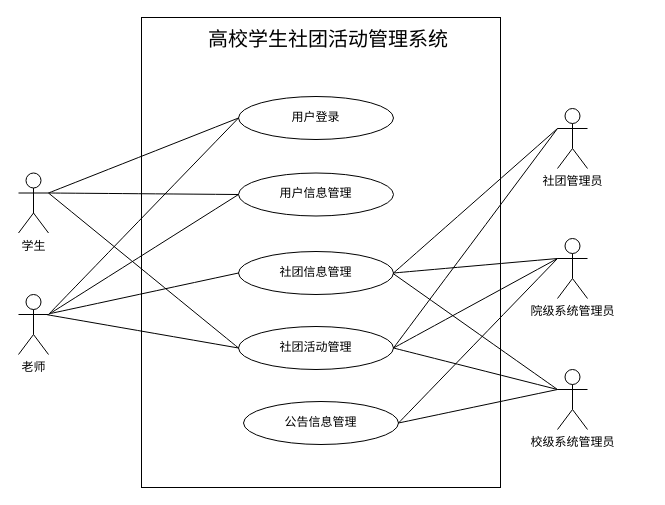
Above: page "第 1 页" (1 of 2) of 系统总体用例图.drawio in Gonod20s/Voice-Controlled-Robot (draw.io), before the change. Source tidied: cells renumbered, new cells numbered last; positions are measured from the earlier drawing's top-left corner, leaving out a move shared by most shapes. Both pictures are drawn from the tidied source at 100%, with x=0, y=0 at pixel (18, 17).
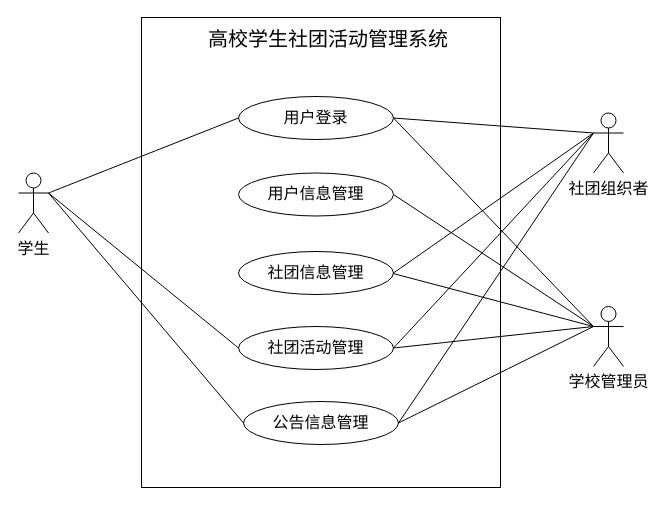
The same page after the edit.

Commit message:
更新系统总体用例图.drawio

Diff of the diagram source:
```diff
@@
-    <mxCell id="2" value="老师" style="shape=umlActor;html=1;verticalLabelPosition=bottom;verticalAlign=top;align=center;fontFamily=Architects Daughter;" parent="1" vertex="1">
-      <mxGeometry y="277" width="30" height="60" as="geometry" />
-    </mxCell>
-    <mxCell id="3" value="社团管理员" style="shape=umlActor;html=1;verticalLabelPosition=bottom;verticalAlign=top;align=center;fontFamily=Architects Daughter;" parent="1" vertex="1">
-      <mxGeometry x="539" y="91" width="30" height="60" as="geometry" />
+    <mxCell id="3" value="&lt;font style=&quot;font-size: 16px;&quot;&gt;社团组织者&lt;/font&gt;" style="shape=umlActor;html=1;verticalLabelPosition=bottom;verticalAlign=top;align=center;fontFamily=Architects Daughter;" parent="1" vertex="1">
+      <mxGeometry x="575" y="95.5" width="30" height="60" as="geometry" />
     </mxCell>
-    <mxCell id="4" value="院级系统管理员" style="shape=umlActor;html=1;verticalLabelPosition=bottom;verticalAlign=top;align=center;fontFamily=Architects Daughter;" parent="1" vertex="1">
-      <mxGeometry x="539" y="221" width="30" height="60" as="geometry" />
-    </mxCell>
-    <mxCell id="5" value="校级系统管理员" style="shape=umlActor;html=1;verticalLabelPosition=bottom;verticalAlign=top;align=center;fontFamily=Architects Daughter;" parent="1" vertex="1">
-      <mxGeometry x="539" y="352" width="30" height="60" as="geometry" />
+    <mxCell id="5" value="&lt;font style=&quot;font-size: 16px;&quot;&gt;学校管理员&lt;/font&gt;" style="shape=umlActor;html=1;verticalLabelPosition=bottom;verticalAlign=top;align=center;fontFamily=Architects Daughter;" parent="1" vertex="1">
+      <mxGeometry x="575" y="289" width="30" height="60" as="geometry" />
     </mxCell>
@@
-    <mxCell id="8" value="用户登录" style="ellipse;whiteSpace=wrap;html=1;fontFamily=Architects Daughter;" parent="1" vertex="1">
+    <mxCell id="8" value="&lt;font style=&quot;font-size: 16px;&quot;&gt;用户登录&lt;/font&gt;" style="ellipse;whiteSpace=wrap;html=1;fontFamily=Architects Daughter;" parent="1" vertex="1">
       <mxGeometry x="220" y="79" width="155" height="43" as="geometry" />
     </mxCell>
-    <mxCell id="9" value="用户信息管理" style="ellipse;whiteSpace=wrap;html=1;fontFamily=Architects Daughter;" parent="1" vertex="1">
+    <mxCell id="9" value="&lt;font style=&quot;font-size: 16px;&quot;&gt;用户信息管理&lt;/font&gt;" style="ellipse;whiteSpace=wrap;html=1;fontFamily=Architects Daughter;" parent="1" vertex="1">
       <mxGeometry x="220" y="155.5" width="155" height="43" as="geometry" />
     </mxCell>
-    <mxCell id="10" value="社团信息管理" style="ellipse;whiteSpace=wrap;html=1;fontFamily=Architects Daughter;" parent="1" vertex="1">
+    <mxCell id="10" value="&lt;font style=&quot;font-size: 16px;&quot;&gt;社团信息管理&lt;/font&gt;" style="ellipse;whiteSpace=wrap;html=1;fontFamily=Architects Daughter;" parent="1" vertex="1">
       <mxGeometry x="220" y="234" width="155" height="43" as="geometry" />
     </mxCell>
-    <mxCell id="11" value="社团活动管理" style="ellipse;whiteSpace=wrap;html=1;fontFamily=Architects Daughter;" parent="1" vertex="1">
+    <mxCell id="11" value="&lt;font style=&quot;font-size: 16px;&quot;&gt;社团活动管理&lt;/font&gt;" style="ellipse;whiteSpace=wrap;html=1;fontFamily=Architects Daughter;" parent="1" vertex="1">
       <mxGeometry x="220" y="309" width="155" height="43" as="geometry" />
     </mxCell>
-    <mxCell id="12" value="公告信息管理" style="ellipse;whiteSpace=wrap;html=1;fontFamily=Architects Daughter;" parent="1" vertex="1">
+    <mxCell id="12" value="&lt;font style=&quot;font-size: 16px;&quot;&gt;公告信息管理&lt;/font&gt;" style="ellipse;whiteSpace=wrap;html=1;fontFamily=Architects Daughter;" parent="1" vertex="1">
       <mxGeometry x="225" y="384" width="155" height="43" as="geometry" />
     </mxCell>
-    <mxCell id="13" value="学生" style="shape=umlActor;html=1;verticalLabelPosition=bottom;verticalAlign=top;align=center;fontFamily=Architects Daughter;" parent="1" vertex="1">
+    <mxCell id="13" value="&lt;font style=&quot;font-size: 16px;&quot;&gt;学生&lt;/font&gt;" style="shape=umlActor;html=1;verticalLabelPosition=bottom;verticalAlign=top;align=center;fontFamily=Architects Daughter;" parent="1" vertex="1">
       <mxGeometry y="155.5" width="30" height="60" as="geometry" />
     </mxCell>
-    <mxCell id="14" style="endArrow=none;html=1;rounded=0;fontFamily=Architects Daughter;fontSize=16;startSize=14;endSize=14;sourcePerimeterSpacing=8;targetPerimeterSpacing=8;curved=1;entryX=0;entryY=0.5;entryDx=0;entryDy=0;exitX=1;exitY=0.3333333333333333;exitDx=0;exitDy=0;exitPerimeter=0;" parent="1" edge="1" source="2" target="8">
-      <mxGeometry relative="1" as="geometry" />
-    </mxCell>
@@
-    <mxCell id="16" style="endArrow=none;html=1;rounded=0;fontFamily=Architects Daughter;fontSize=16;startSize=14;endSize=14;sourcePerimeterSpacing=8;targetPerimeterSpacing=8;curved=1;entryX=0;entryY=0.5;entryDx=0;entryDy=0;exitX=1;exitY=0.3333333333333333;exitDx=0;exitDy=0;exitPerimeter=0;" parent="1" edge="1" source="2" target="9">
-      <mxGeometry relative="1" as="geometry" />
-    </mxCell>
-    <mxCell id="17" style="endArrow=none;html=1;rounded=0;fontFamily=Architects Daughter;fontSize=16;startSize=14;endSize=14;sourcePerimeterSpacing=8;targetPerimeterSpacing=8;curved=1;entryX=0;entryY=0.5;entryDx=0;entryDy=0;exitX=1;exitY=0.3333333333333333;exitDx=0;exitDy=0;exitPerimeter=0;" parent="1" edge="1" source="13" target="9">
-      <mxGeometry relative="1" as="geometry" />
-    </mxCell>
@@
-    <mxCell id="20" style="endArrow=none;html=1;rounded=0;fontFamily=Architects Daughter;fontSize=16;startSize=14;endSize=14;sourcePerimeterSpacing=8;targetPerimeterSpacing=8;curved=1;exitX=1;exitY=0.5;exitDx=0;exitDy=0;entryX=0;entryY=0.3333333333333333;entryDx=0;entryDy=0;entryPerimeter=0;" parent="1" edge="1" source="10" target="4">
-      <mxGeometry relative="1" as="geometry" />
-    </mxCell>
-    <mxCell id="21" style="endArrow=none;html=1;rounded=0;fontFamily=Architects Daughter;fontSize=16;startSize=14;endSize=14;sourcePerimeterSpacing=8;targetPerimeterSpacing=8;curved=1;entryX=0;entryY=0.3333333333333333;entryDx=0;entryDy=0;entryPerimeter=0;exitX=1;exitY=0.5;exitDx=0;exitDy=0;" parent="1" edge="1" source="11" target="4">
-      <mxGeometry relative="1" as="geometry" />
-    </mxCell>
@@
-    <mxCell id="23" style="endArrow=none;html=1;rounded=0;fontFamily=Architects Daughter;fontSize=16;startSize=14;endSize=14;sourcePerimeterSpacing=8;targetPerimeterSpacing=8;curved=1;exitX=1;exitY=0.5;exitDx=0;exitDy=0;entryX=0;entryY=0.3333333333333333;entryDx=0;entryDy=0;entryPerimeter=0;" parent="1" edge="1" source="12" target="4">
-      <mxGeometry relative="1" as="geometry" />
-    </mxCell>
@@
-    <mxCell id="26" style="endArrow=none;html=1;rounded=0;fontFamily=Architects Daughter;fontSize=16;startSize=14;endSize=14;sourcePerimeterSpacing=8;targetPerimeterSpacing=8;curved=1;entryX=0;entryY=0.5;entryDx=0;entryDy=0;" parent="1" edge="1" target="10">
-      <mxGeometry relative="1" as="geometry">
-        <mxPoint x="32" y="296" as="sourcePoint" />
-      </mxGeometry>
-    </mxCell>
-    <mxCell id="27" style="endArrow=none;html=1;rounded=0;fontFamily=Architects Daughter;fontSize=16;startSize=14;endSize=14;sourcePerimeterSpacing=8;targetPerimeterSpacing=8;curved=1;exitX=0.956;exitY=0.337;exitDx=0;exitDy=0;exitPerimeter=0;entryX=0;entryY=0.5;entryDx=0;entryDy=0;" parent="1" edge="1" source="2" target="11">
-      <mxGeometry relative="1" as="geometry" />
-    </mxCell>
@@
+    <mxCell id="29" style="endArrow=none;html=1;rounded=0;entryX=0;entryY=0.5;entryDx=0;entryDy=0;exitX=1;exitY=0.3333333333333333;exitDx=0;exitDy=0;exitPerimeter=0;" parent="1" edge="1" source="13" target="12">
+      <mxGeometry relative="1" as="geometry" />
+    </mxCell>
+    <mxCell id="30" style="endArrow=none;html=1;rounded=0;entryX=0;entryY=0.3333333333333333;entryDx=0;entryDy=0;entryPerimeter=0;exitX=1;exitY=0.5;exitDx=0;exitDy=0;" parent="1" edge="1" source="8" target="3">
+      <mxGeometry relative="1" as="geometry" />
+    </mxCell>
+    <mxCell id="31" style="endArrow=none;html=1;rounded=0;entryX=0;entryY=0.3333333333333333;entryDx=0;entryDy=0;entryPerimeter=0;exitX=1;exitY=0.5;exitDx=0;exitDy=0;" parent="1" edge="1" source="12" target="3">
+      <mxGeometry relative="1" as="geometry" />
+    </mxCell>
+    <mxCell id="32" style="endArrow=none;html=1;rounded=0;entryX=0;entryY=0.3333333333333333;entryDx=0;entryDy=0;entryPerimeter=0;exitX=1;exitY=0.5;exitDx=0;exitDy=0;" parent="1" edge="1" source="9" target="5">
+      <mxGeometry relative="1" as="geometry" />
+    </mxCell>
+    <mxCell id="33" style="endArrow=none;html=1;rounded=0;entryX=1;entryY=0.5;entryDx=0;entryDy=0;exitX=0;exitY=0.3333333333333333;exitDx=0;exitDy=0;exitPerimeter=0;" parent="1" edge="1" source="5" target="8">
+      <mxGeometry relative="1" as="geometry" />
+    </mxCell>
```
